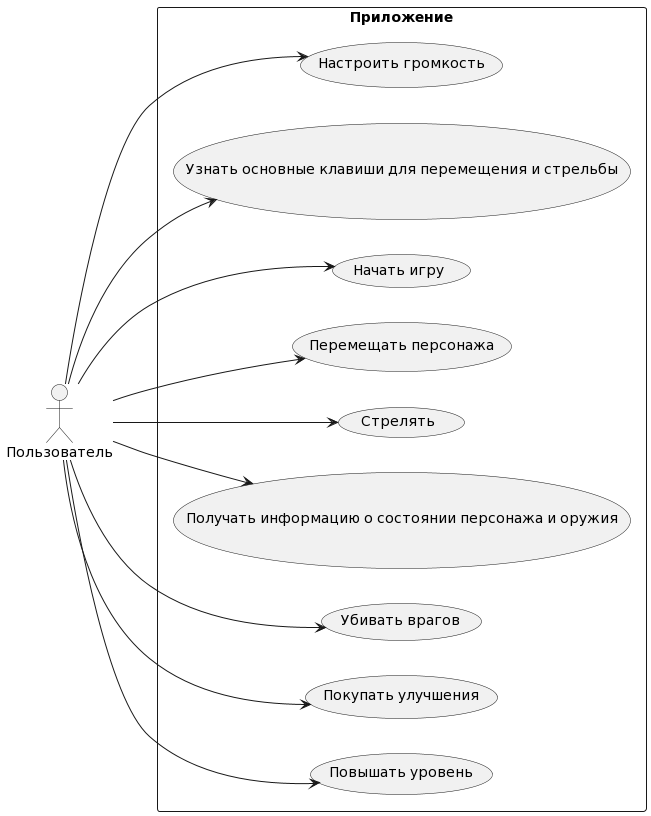
GeorgiiZaharov/Project keeps this PlantUML diagram as docs/vars_of_use.png. Above is the earlier version.
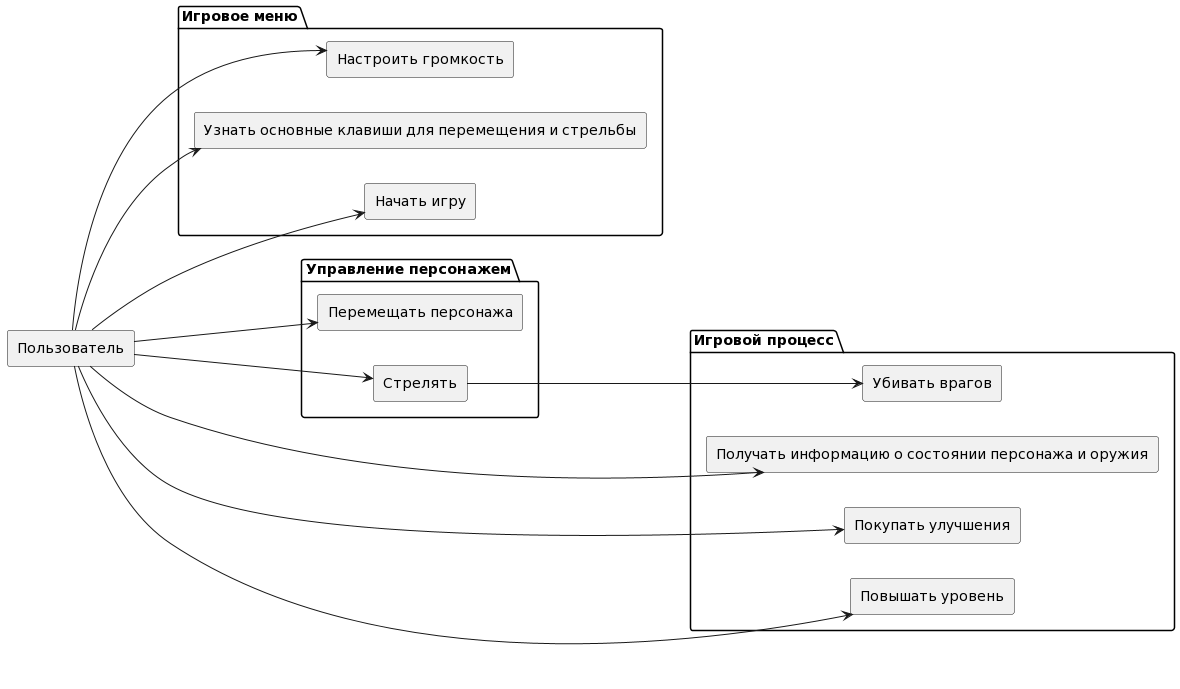
Later version of the same file.

What changed in the source:
```diff
@@ -1,27 +1,33 @@
 @startuml
 left to right direction
+package "Игровое меню" {
+    rectangle "Настроить громкость" as SetVolume
+    rectangle "Узнать основные клавиши для перемещения и стрельбы" as GetControls
+    rectangle "Начать игру" as StartGame
+}
 
-actor Пользователь as User
+package "Управление персонажем" {
+    rectangle "Перемещать персонажа" as MoveCharacter
+    rectangle "Стрелять" as Shoot
+}
 
-rectangle "Приложение" {
-  usecase "Настроить громкость" as SetVolume
-  usecase "Узнать основные клавиши для перемещения и стрельбы" as GetControls
-  usecase "Начать игру" as StartGame
-  usecase "Перемещать персонажа" as MoveCharacter
-  usecase "Стрелять" as Shoot
-  usecase "Получать информацию о состоянии персонажа и оружия" as GetInfo
-  usecase "Убивать врагов" as KillEnemies
-  usecase "Покупать улучшения" as BuyUpgrades
-  usecase "Повышать уровень" as LevelUp
+package "Игровой процесс" {
+    rectangle "Получать информацию о состоянии персонажа и оружия" as GetInfo
+    rectangle "Покупать улучшения" as BuyUpgrades
+    rectangle "Повышать уровень" as LevelUp
+    rectangle "Убивать врагов" as KillEnemies
+}
 
-  User --> SetVolume
-  User --> GetControls
-  User --> StartGame
-  User --> MoveCharacter
-  User --> Shoot
-  User --> GetInfo
-  User --> KillEnemies
-  User --> BuyUpgrades
-  User --> LevelUp
-}
+rectangle "Пользователь" as User
+
+User --> SetVolume
+User --> GetControls
+User --> StartGame
+User --> MoveCharacter
+User --> Shoot
+User --> GetInfo
+User --> BuyUpgrades
+User --> LevelUp
+
+Shoot --> KillEnemies
 @enduml
```
